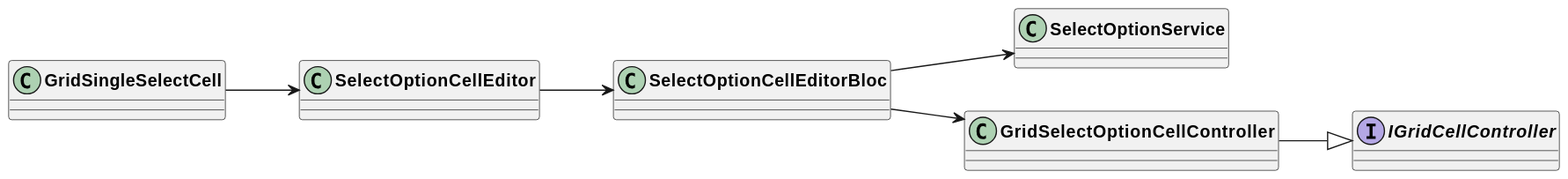
The PlantUML diagram uml/output/Grid_Selection_Cell_Edit.svg in AppFlowy-IO/AppFlowy-Docs, before a commit. The source it was exported from:
```plantuml
@startuml Grid Selection Cell Edit
skinparam classFontStyle Bold
skinparam ActivityBackgroundColor Silver
skinparam ActivityBorderColor DimGray
left to right direction

class SelectOptionService
class SelectOptionCellEditorBloc
interface IGridCellController


GridSingleSelectCell --> SelectOptionCellEditor
SelectOptionCellEditor --> SelectOptionCellEditorBloc

SelectOptionCellEditorBloc --> SelectOptionService
SelectOptionCellEditorBloc --> GridSelectOptionCellController
GridSelectOptionCellController --|> IGridCellController



@enduml
```
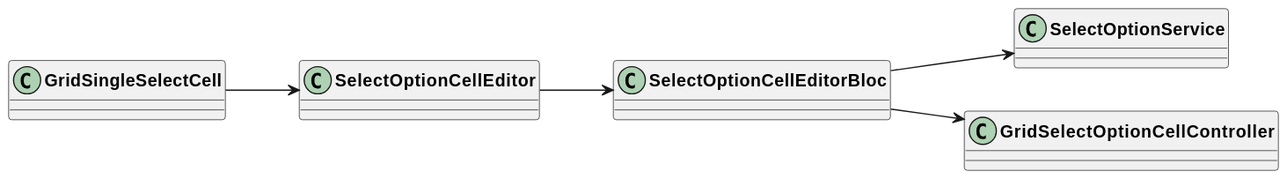
Above is the later version.

The edit, as a diff of the source:
```diff
@@ -6,15 +6,12 @@
 
 class SelectOptionService
 class SelectOptionCellEditorBloc
-interface IGridCellController
-
 
 GridSingleSelectCell --> SelectOptionCellEditor
 SelectOptionCellEditor --> SelectOptionCellEditorBloc
 
 SelectOptionCellEditorBloc --> SelectOptionService
 SelectOptionCellEditorBloc --> GridSelectOptionCellController
-GridSelectOptionCellController --|> IGridCellController
 
 
 
```
